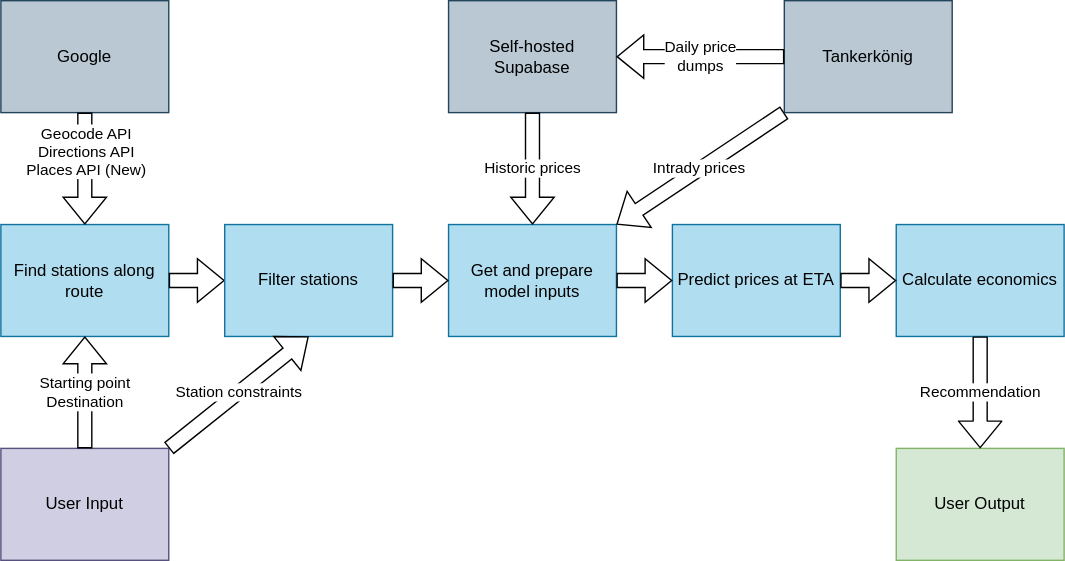
This is structure_graphs/light_theme_workflow.drawio.svg from momade02/ds_project_main, a draw.io export, as it was before one commit. Source tidied: cells renumbered, new cells last; positions are measured from the earlier drawing's top-left corner, leaving out a move shared by most shapes. Source of this version:
```xml
<mxGraphModel>
  <root>
    <mxCell id="0" />
    <mxCell id="1" parent="0" />
    <mxCell id="2" value="Find stations along route" style="rounded=0;whiteSpace=wrap;html=1;fillColor=#b1ddf0;strokeColor=#10739e;" parent="1" vertex="1">
      <mxGeometry y="160" width="120" height="80" as="geometry" />
    </mxCell>
    <mxCell id="3" value="Get and prepare model inputs" style="rounded=0;whiteSpace=wrap;html=1;fillColor=#b1ddf0;strokeColor=#10739e;" parent="1" vertex="1">
      <mxGeometry x="320" y="160" width="120" height="80" as="geometry" />
    </mxCell>
    <mxCell id="4" value="Predict prices at ETA" style="rounded=0;whiteSpace=wrap;html=1;fillColor=#b1ddf0;strokeColor=#10739e;" parent="1" vertex="1">
      <mxGeometry x="480" y="160" width="120" height="80" as="geometry" />
    </mxCell>
    <mxCell id="5" value="Calculate economics" style="rounded=0;whiteSpace=wrap;html=1;fillColor=#b1ddf0;strokeColor=#10739e;" parent="1" vertex="1">
      <mxGeometry x="640" y="160" width="120" height="80" as="geometry" />
    </mxCell>
    <mxCell id="6" value="User Input" style="rounded=0;whiteSpace=wrap;html=1;fillColor=#d0cee2;strokeColor=#56517e;" parent="1" vertex="1">
      <mxGeometry y="320" width="120" height="80" as="geometry" />
    </mxCell>
    <mxCell id="7" value="Starting point&lt;div&gt;Destination&lt;/div&gt;" style="shape=flexArrow;endArrow=classic;html=1;rounded=0;entryX=0.5;entryY=1;entryDx=0;entryDy=0;fillColor=none;" parent="1" edge="1" target="2">
      <mxGeometry relative="1" as="geometry">
        <mxPoint x="60" y="320" as="sourcePoint" />
      </mxGeometry>
    </mxCell>
    <mxCell id="8" value="Google" style="rounded=0;whiteSpace=wrap;html=1;fillColor=#bac8d3;strokeColor=#23445d;" parent="1" vertex="1">
      <mxGeometry width="120" height="80" as="geometry" />
    </mxCell>
    <mxCell id="9" style="shape=flexArrow;endArrow=classic;html=1;rounded=0;entryX=0.5;entryY=0;entryDx=0;entryDy=0;" parent="1" edge="1" source="8" target="2">
      <mxGeometry relative="1" as="geometry" />
    </mxCell>
    <mxCell id="10" value="&lt;div&gt;Geocode API&lt;/div&gt;&lt;div&gt;Directions API&lt;/div&gt;&lt;div&gt;Places API (New)&lt;/div&gt;" style="edgeLabel;html=1;align=center;verticalAlign=middle;" parent="9" vertex="1">
      <mxGeometry x="-0.34" relative="1" as="geometry" />
    </mxCell>
    <mxCell id="11" style="shape=flexArrow;endArrow=classic;html=1;rounded=0;exitX=1;exitY=0.5;exitDx=0;exitDy=0;entryX=0;entryY=0.5;entryDx=0;entryDy=0;" parent="1" edge="1" source="2" target="20">
      <mxGeometry relative="1" as="geometry" />
    </mxCell>
    <mxCell id="12" style="shape=flexArrow;endArrow=classic;html=1;rounded=0;entryX=0;entryY=0.5;entryDx=0;entryDy=0;exitX=1;exitY=0.5;exitDx=0;exitDy=0;" parent="1" edge="1" source="3" target="4">
      <mxGeometry relative="1" as="geometry" />
    </mxCell>
    <mxCell id="13" style="shape=flexArrow;endArrow=classic;html=1;rounded=0;entryX=0;entryY=0.5;entryDx=0;entryDy=0;exitX=1;exitY=0.5;exitDx=0;exitDy=0;" parent="1" edge="1" source="4" target="5">
      <mxGeometry relative="1" as="geometry" />
    </mxCell>
    <mxCell id="14" value="Self-hosted Supabase" style="rounded=0;whiteSpace=wrap;html=1;fillColor=#bac8d3;strokeColor=#23445d;" parent="1" vertex="1">
      <mxGeometry x="320" width="120" height="80" as="geometry" />
    </mxCell>
    <mxCell id="15" value="Tankerkönig" style="rounded=0;whiteSpace=wrap;html=1;fillColor=#bac8d3;strokeColor=#23445d;" parent="1" vertex="1">
      <mxGeometry x="560" width="120" height="80" as="geometry" />
    </mxCell>
    <mxCell id="16" value="Historic prices" style="shape=flexArrow;endArrow=classic;html=1;rounded=0;exitX=0.5;exitY=1;exitDx=0;exitDy=0;entryX=0.5;entryY=0;entryDx=0;entryDy=0;" parent="1" edge="1" source="14" target="3">
      <mxGeometry relative="1" as="geometry" />
    </mxCell>
    <mxCell id="17" value="Intrady prices" style="shape=flexArrow;endArrow=classic;html=1;rounded=0;exitX=0;exitY=1;exitDx=0;exitDy=0;entryX=1;entryY=0;entryDx=0;entryDy=0;" parent="1" edge="1" source="15" target="3">
      <mxGeometry relative="1" as="geometry" />
    </mxCell>
    <mxCell id="18" value="Daily price&lt;br&gt;dumps" style="shape=flexArrow;endArrow=classic;html=1;rounded=0;exitX=0;exitY=0.5;exitDx=0;exitDy=0;entryX=1;entryY=0.5;entryDx=0;entryDy=0;fillColor=none;" parent="1" edge="1" source="15" target="14">
      <mxGeometry relative="1" as="geometry" />
    </mxCell>
    <mxCell id="19" value="User Output" style="rounded=0;whiteSpace=wrap;html=1;fillColor=#d5e8d4;strokeColor=#82b366;" parent="1" vertex="1">
      <mxGeometry x="640" y="320" width="120" height="80" as="geometry" />
    </mxCell>
    <mxCell id="20" value="Filter stations" style="rounded=0;whiteSpace=wrap;html=1;fillColor=#b1ddf0;strokeColor=#10739e;" parent="1" vertex="1">
      <mxGeometry x="160" y="160" width="120" height="80" as="geometry" />
    </mxCell>
    <mxCell id="21" style="shape=flexArrow;endArrow=classic;html=1;rounded=0;exitX=1;exitY=0.5;exitDx=0;exitDy=0;entryX=0;entryY=0.5;entryDx=0;entryDy=0;" parent="1" edge="1" source="20" target="3">
      <mxGeometry relative="1" as="geometry" />
    </mxCell>
    <mxCell id="22" value="Station constraints" style="shape=flexArrow;endArrow=classic;html=1;rounded=0;exitX=1;exitY=0;exitDx=0;exitDy=0;entryX=0.5;entryY=1;entryDx=0;entryDy=0;fillColor=none;" parent="1" edge="1" source="6" target="20">
      <mxGeometry relative="1" as="geometry" />
    </mxCell>
    <mxCell id="23" value="Recommendation&amp;nbsp;" style="shape=flexArrow;endArrow=classic;html=1;exitX=0.5;exitY=1;exitDx=0;exitDy=0;entryX=0.5;entryY=0;entryDx=0;entryDy=0;" parent="1" edge="1" source="5" target="19">
      <mxGeometry relative="1" as="geometry" />
    </mxCell>
  </root>
</mxGraphModel>
```
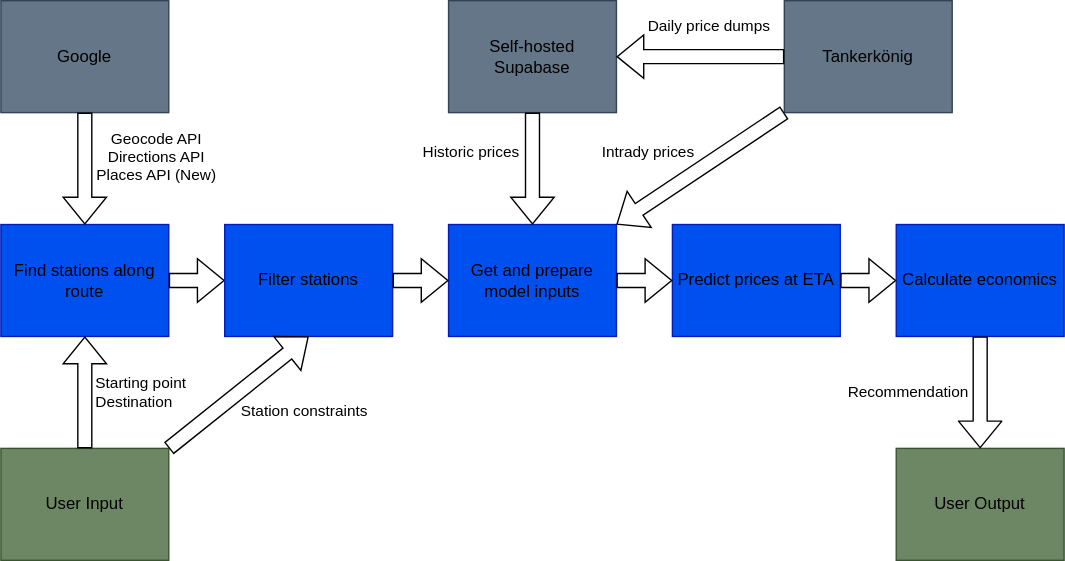
After the commit.

Commit message:
Refactor code structure for dark and light mode themes.

Diff of the diagram source:
```diff
@@ -2,72 +2,80 @@
   <root>
     <mxCell id="0" />
     <mxCell id="1" parent="0" />
-    <mxCell id="2" value="Find stations along route" style="rounded=0;whiteSpace=wrap;html=1;fillColor=#b1ddf0;strokeColor=#10739e;" parent="1" vertex="1">
+    <mxCell id="2" value="Find stations along route" style="rounded=0;whiteSpace=wrap;html=1;fillColor=#0050ef;strokeColor=#001DBC;fontColor=#000000;" parent="1" vertex="1">
       <mxGeometry y="160" width="120" height="80" as="geometry" />
     </mxCell>
-    <mxCell id="3" value="Get and prepare model inputs" style="rounded=0;whiteSpace=wrap;html=1;fillColor=#b1ddf0;strokeColor=#10739e;" parent="1" vertex="1">
+    <mxCell id="3" value="Get and prepare model inputs" style="rounded=0;whiteSpace=wrap;html=1;fillColor=#0050ef;strokeColor=#001DBC;fontColor=#000000;" parent="1" vertex="1">
       <mxGeometry x="320" y="160" width="120" height="80" as="geometry" />
     </mxCell>
-    <mxCell id="4" value="Predict prices at ETA" style="rounded=0;whiteSpace=wrap;html=1;fillColor=#b1ddf0;strokeColor=#10739e;" parent="1" vertex="1">
+    <mxCell id="4" value="Predict prices at ETA" style="rounded=0;whiteSpace=wrap;html=1;fillColor=#0050ef;strokeColor=#001DBC;fontColor=#000000;" parent="1" vertex="1">
       <mxGeometry x="480" y="160" width="120" height="80" as="geometry" />
     </mxCell>
-    <mxCell id="5" value="Calculate economics" style="rounded=0;whiteSpace=wrap;html=1;fillColor=#b1ddf0;strokeColor=#10739e;" parent="1" vertex="1">
+    <mxCell id="5" value="Calculate economics" style="rounded=0;whiteSpace=wrap;html=1;fillColor=#0050ef;strokeColor=#001DBC;fontColor=#000000;" parent="1" vertex="1">
       <mxGeometry x="640" y="160" width="120" height="80" as="geometry" />
     </mxCell>
-    <mxCell id="6" value="User Input" style="rounded=0;whiteSpace=wrap;html=1;fillColor=#d0cee2;strokeColor=#56517e;" parent="1" vertex="1">
+    <mxCell id="6" value="User Input" style="rounded=0;whiteSpace=wrap;html=1;fillColor=#6d8764;strokeColor=#3A5431;fontColor=#000000;" parent="1" vertex="1">
       <mxGeometry y="320" width="120" height="80" as="geometry" />
     </mxCell>
-    <mxCell id="7" value="Starting point&lt;div&gt;Destination&lt;/div&gt;" style="shape=flexArrow;endArrow=classic;html=1;rounded=0;entryX=0.5;entryY=1;entryDx=0;entryDy=0;fillColor=none;" parent="1" edge="1" target="2">
+    <mxCell id="7" value="&lt;font style=&quot;color: rgb(0, 0, 0);&quot;&gt;Starting point&lt;/font&gt;&lt;div&gt;&lt;font style=&quot;color: rgb(0, 0, 0);&quot;&gt;Destination&lt;/font&gt;&lt;/div&gt;" style="shape=flexArrow;endArrow=classic;html=1;rounded=0;entryX=0.5;entryY=1;entryDx=0;entryDy=0;fillColor=none;fontColor=#000000;labelBackgroundColor=none;labelPosition=right;verticalLabelPosition=middle;align=left;verticalAlign=middle;spacing=8;" parent="1" edge="1" target="2">
       <mxGeometry relative="1" as="geometry">
         <mxPoint x="60" y="320" as="sourcePoint" />
       </mxGeometry>
     </mxCell>
-    <mxCell id="8" value="Google" style="rounded=0;whiteSpace=wrap;html=1;fillColor=#bac8d3;strokeColor=#23445d;" parent="1" vertex="1">
+    <mxCell id="8" value="Google" style="rounded=0;whiteSpace=wrap;html=1;fillColor=#647687;strokeColor=#314354;fontColor=#000000;" parent="1" vertex="1">
       <mxGeometry width="120" height="80" as="geometry" />
     </mxCell>
-    <mxCell id="9" style="shape=flexArrow;endArrow=classic;html=1;rounded=0;entryX=0.5;entryY=0;entryDx=0;entryDy=0;" parent="1" edge="1" source="8" target="2">
+    <mxCell id="9" style="shape=flexArrow;endArrow=classic;html=1;rounded=0;entryX=0.5;entryY=0;entryDx=0;entryDy=0;fontColor=#000000;labelBackgroundColor=none;labelPosition=right;verticalLabelPosition=middle;align=left;verticalAlign=middle;fillColor=none;" parent="1" edge="1" source="8" target="2">
       <mxGeometry relative="1" as="geometry" />
     </mxCell>
+    <mxCell id="24" value="&lt;div style=&quot;scrollbar-color: rgb(226, 226, 226) rgb(251, 251, 251);&quot;&gt;&lt;br&gt;&lt;/div&gt;" style="edgeLabel;html=1;align=center;verticalAlign=middle;fontFamily=Helvetica;fontSize=11;fontColor=#000000;labelBorderColor=none;labelBackgroundColor=none;" parent="9" vertex="1">
+      <mxGeometry x="-0.32" y="-4" relative="1" as="geometry" />
+    </mxCell>
-    <mxCell id="10" value="&lt;div&gt;Geocode API&lt;/div&gt;&lt;div&gt;Directions API&lt;/div&gt;&lt;div&gt;Places API (New)&lt;/div&gt;" style="edgeLabel;html=1;align=center;verticalAlign=middle;" parent="9" vertex="1">
-      <mxGeometry x="-0.34" relative="1" as="geometry" />
+    <mxCell id="10" value="Geocode API&lt;br&gt;Directions API&lt;br&gt;Places API (New)" style="edgeLabel;html=1;align=center;verticalAlign=middle;fontFamily=Helvetica;fontSize=11;fontColor=#000000;labelBorderColor=none;labelBackgroundColor=none;labelPosition=center;verticalLabelPosition=middle;horizontal=1;" parent="9" vertex="1">
+      <mxGeometry x="-0.22" y="1" relative="1" as="geometry">
+        <mxPoint x="49" as="offset" />
+      </mxGeometry>
     </mxCell>
-    <mxCell id="11" style="shape=flexArrow;endArrow=classic;html=1;rounded=0;exitX=1;exitY=0.5;exitDx=0;exitDy=0;entryX=0;entryY=0.5;entryDx=0;entryDy=0;" parent="1" edge="1" source="2" target="20">
+    <mxCell id="11" style="shape=flexArrow;endArrow=classic;html=1;rounded=0;exitX=1;exitY=0.5;exitDx=0;exitDy=0;entryX=0;entryY=0.5;entryDx=0;entryDy=0;fillColor=none;fontColor=#000000;" parent="1" edge="1" source="2" target="20">
       <mxGeometry relative="1" as="geometry" />
     </mxCell>
-    <mxCell id="12" style="shape=flexArrow;endArrow=classic;html=1;rounded=0;entryX=0;entryY=0.5;entryDx=0;entryDy=0;exitX=1;exitY=0.5;exitDx=0;exitDy=0;" parent="1" edge="1" source="3" target="4">
+    <mxCell id="12" style="shape=flexArrow;endArrow=classic;html=1;rounded=0;entryX=0;entryY=0.5;entryDx=0;entryDy=0;exitX=1;exitY=0.5;exitDx=0;exitDy=0;fillColor=none;fontColor=#000000;" parent="1" edge="1" source="3" target="4">
       <mxGeometry relative="1" as="geometry" />
     </mxCell>
-    <mxCell id="13" style="shape=flexArrow;endArrow=classic;html=1;rounded=0;entryX=0;entryY=0.5;entryDx=0;entryDy=0;exitX=1;exitY=0.5;exitDx=0;exitDy=0;" parent="1" edge="1" source="4" target="5">
+    <mxCell id="13" style="shape=flexArrow;endArrow=classic;html=1;rounded=0;entryX=0;entryY=0.5;entryDx=0;entryDy=0;exitX=1;exitY=0.5;exitDx=0;exitDy=0;fillColor=none;fontColor=#000000;" parent="1" edge="1" source="4" target="5">
       <mxGeometry relative="1" as="geometry" />
     </mxCell>
-    <mxCell id="14" value="Self-hosted Supabase" style="rounded=0;whiteSpace=wrap;html=1;fillColor=#bac8d3;strokeColor=#23445d;" parent="1" vertex="1">
+    <mxCell id="14" value="Self-hosted Supabase" style="rounded=0;whiteSpace=wrap;html=1;fillColor=#647687;strokeColor=#314354;fontColor=#000000;" parent="1" vertex="1">
       <mxGeometry x="320" width="120" height="80" as="geometry" />
     </mxCell>
-    <mxCell id="15" value="Tankerkönig" style="rounded=0;whiteSpace=wrap;html=1;fillColor=#bac8d3;strokeColor=#23445d;" parent="1" vertex="1">
+    <mxCell id="15" value="Tankerkönig" style="rounded=0;whiteSpace=wrap;html=1;fillColor=#647687;strokeColor=#314354;fontColor=#000000;" parent="1" vertex="1">
       <mxGeometry x="560" width="120" height="80" as="geometry" />
     </mxCell>
-    <mxCell id="16" value="Historic prices" style="shape=flexArrow;endArrow=classic;html=1;rounded=0;exitX=0.5;exitY=1;exitDx=0;exitDy=0;entryX=0.5;entryY=0;entryDx=0;entryDy=0;" parent="1" edge="1" source="14" target="3">
+    <mxCell id="16" value="Historic prices" style="shape=flexArrow;endArrow=classic;html=1;rounded=0;exitX=0.5;exitY=1;exitDx=0;exitDy=0;entryX=0.5;entryY=0;entryDx=0;entryDy=0;fillColor=none;fillStyle=auto;fontColor=#000000;textShadow=0;labelBorderColor=none;labelBackgroundColor=none;labelPosition=left;verticalLabelPosition=middle;align=right;verticalAlign=middle;spacingLeft=-1;spacingBottom=0;spacing=10;spacingTop=-25;" parent="1" edge="1" source="14" target="3">
       <mxGeometry relative="1" as="geometry" />
     </mxCell>
-    <mxCell id="17" value="Intrady prices" style="shape=flexArrow;endArrow=classic;html=1;rounded=0;exitX=0;exitY=1;exitDx=0;exitDy=0;entryX=1;entryY=0;entryDx=0;entryDy=0;" parent="1" edge="1" source="15" target="3">
+    <mxCell id="17" value="Intrady prices" style="shape=flexArrow;endArrow=classic;html=1;rounded=0;exitX=0;exitY=1;exitDx=0;exitDy=0;entryX=1;entryY=0;entryDx=0;entryDy=0;fontColor=#000000;labelBackgroundColor=none;labelPosition=left;verticalLabelPosition=top;align=right;verticalAlign=bottom;spacing=5;fillColor=none;" parent="1" edge="1" source="15" target="3">
       <mxGeometry relative="1" as="geometry" />
     </mxCell>
-    <mxCell id="18" value="Daily price&lt;br&gt;dumps" style="shape=flexArrow;endArrow=classic;html=1;rounded=0;exitX=0;exitY=0.5;exitDx=0;exitDy=0;entryX=1;entryY=0.5;entryDx=0;entryDy=0;fillColor=none;" parent="1" edge="1" source="15" target="14">
-      <mxGeometry relative="1" as="geometry" />
+    <mxCell id="18" value="Daily price dumps&lt;div&gt;&lt;br&gt;&lt;/div&gt;" style="shape=flexArrow;endArrow=classic;html=1;rounded=0;exitX=0;exitY=0.5;exitDx=0;exitDy=0;entryX=1;entryY=0.5;entryDx=0;entryDy=0;fillColor=none;fontColor=#000000;labelBackgroundColor=none;horizontal=1;fontSize=11;verticalAlign=bottom;spacing=2;spacingLeft=12;" parent="1" edge="1">
+      <mxGeometry relative="1" as="geometry">
+        <mxPoint x="560" y="40" as="sourcePoint" />
+        <mxPoint x="440" y="40" as="targetPoint" />
+      </mxGeometry>
     </mxCell>
-    <mxCell id="19" value="User Output" style="rounded=0;whiteSpace=wrap;html=1;fillColor=#d5e8d4;strokeColor=#82b366;" parent="1" vertex="1">
+    <mxCell id="19" value="User Output" style="rounded=0;whiteSpace=wrap;html=1;fillColor=#6d8764;strokeColor=#3A5431;fontColor=#000000;" parent="1" vertex="1">
       <mxGeometry x="640" y="320" width="120" height="80" as="geometry" />
     </mxCell>
-    <mxCell id="20" value="Filter stations" style="rounded=0;whiteSpace=wrap;html=1;fillColor=#b1ddf0;strokeColor=#10739e;" parent="1" vertex="1">
+    <mxCell id="20" value="Filter stations" style="rounded=0;whiteSpace=wrap;html=1;fillColor=#0050ef;strokeColor=#001DBC;fontColor=#000000;" parent="1" vertex="1">
       <mxGeometry x="160" y="160" width="120" height="80" as="geometry" />
     </mxCell>
-    <mxCell id="21" style="shape=flexArrow;endArrow=classic;html=1;rounded=0;exitX=1;exitY=0.5;exitDx=0;exitDy=0;entryX=0;entryY=0.5;entryDx=0;entryDy=0;" parent="1" edge="1" source="20" target="3">
+    <mxCell id="21" style="shape=flexArrow;endArrow=classic;html=1;rounded=0;exitX=1;exitY=0.5;exitDx=0;exitDy=0;entryX=0;entryY=0.5;entryDx=0;entryDy=0;fillColor=none;fontColor=#000000;" parent="1" edge="1" source="20" target="3">
       <mxGeometry relative="1" as="geometry" />
     </mxCell>
-    <mxCell id="22" value="Station constraints" style="shape=flexArrow;endArrow=classic;html=1;rounded=0;exitX=1;exitY=0;exitDx=0;exitDy=0;entryX=0.5;entryY=1;entryDx=0;entryDy=0;fillColor=none;" parent="1" edge="1" source="6" target="20">
+    <mxCell id="22" value="&lt;font style=&quot;color: rgb(0, 0, 0);&quot;&gt;Station constraints&lt;/font&gt;" style="shape=flexArrow;endArrow=classic;html=1;rounded=0;exitX=1;exitY=0;exitDx=0;exitDy=0;entryX=0.5;entryY=1;entryDx=0;entryDy=0;fillColor=none;fontColor=#000000;labelBackgroundColor=none;labelPosition=right;verticalLabelPosition=bottom;align=left;verticalAlign=top;" parent="1" edge="1" source="6" target="20">
       <mxGeometry relative="1" as="geometry" />
     </mxCell>
-    <mxCell id="23" value="Recommendation&amp;nbsp;" style="shape=flexArrow;endArrow=classic;html=1;exitX=0.5;exitY=1;exitDx=0;exitDy=0;entryX=0.5;entryY=0;entryDx=0;entryDy=0;" parent="1" edge="1" source="5" target="19">
+    <mxCell id="23" value="Recommendation" style="shape=flexArrow;endArrow=classic;html=1;exitX=0.5;exitY=1;exitDx=0;exitDy=0;entryX=0.5;entryY=0;entryDx=0;entryDy=0;fontColor=#000000;labelBackgroundColor=none;labelPosition=left;verticalLabelPosition=middle;align=right;verticalAlign=middle;spacing=9;fillColor=none;" parent="1" edge="1" source="5" target="19">
       <mxGeometry relative="1" as="geometry" />
     </mxCell>
   </root>
```
